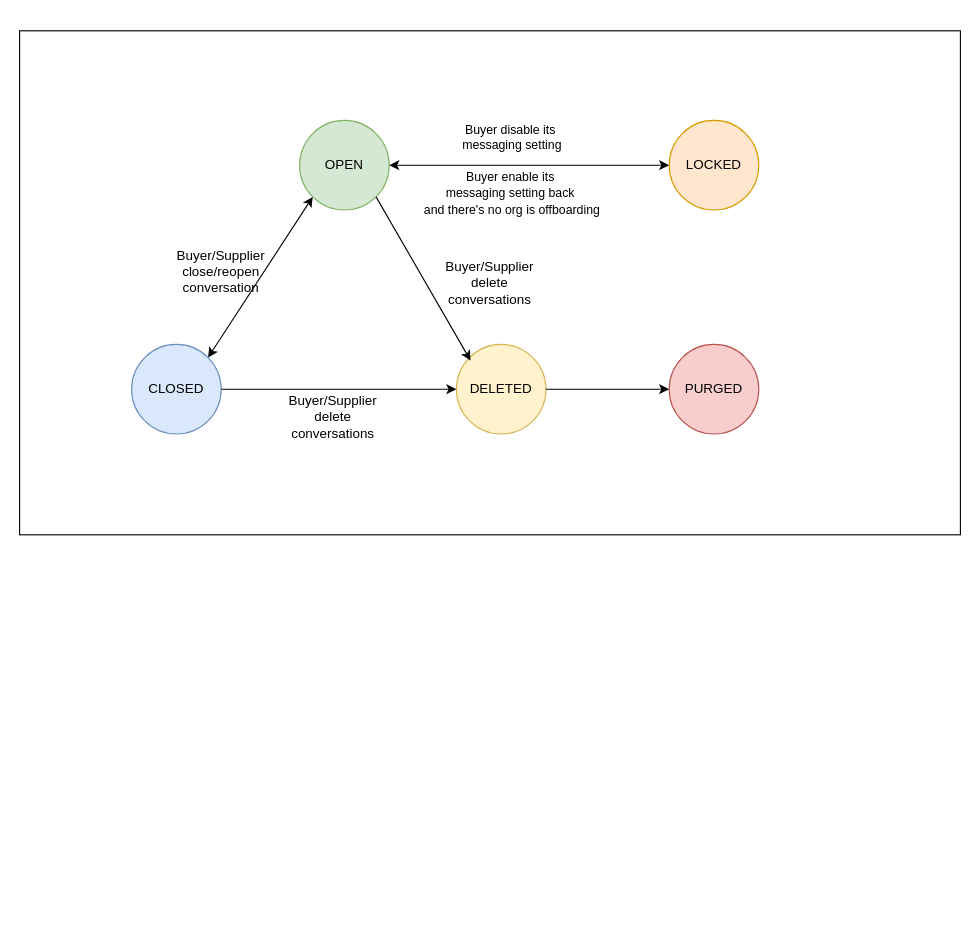
Above: page "Page-4" (4 of 5) of messaging.drawio in huangshijie/Drawio (draw.io), before the change. Source tidied: cells renumbered, new cells numbered last; positions are measured from the earlier drawing's top-left corner, leaving out a move shared by most shapes. Both pictures are drawn from the tidied source at 112%, with x=0, y=0 at pixel (19, 30).
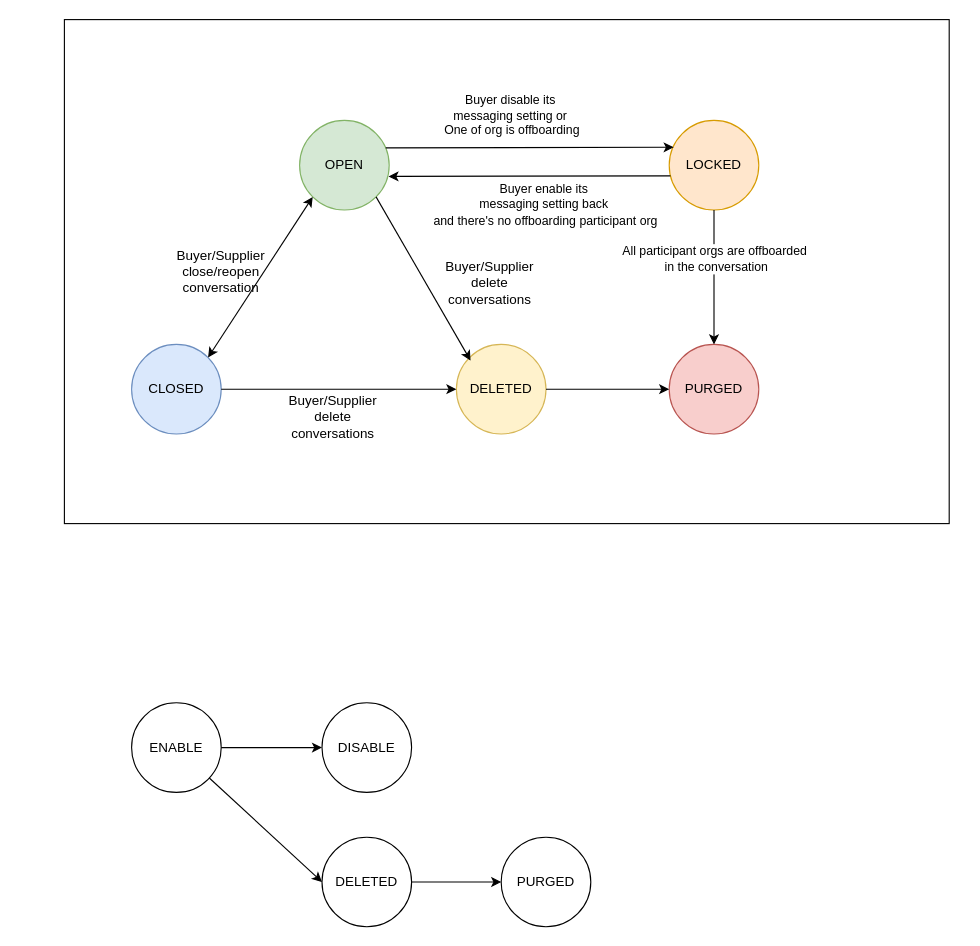
The same diagram, later.

The change refers to these unchanged cells:
```xml
<mxCell id="3" value="OPEN" style="ellipse;whiteSpace=wrap;html=1;fillColor=#d5e8d4;strokeColor=#82b366;" parent="1" vertex="1">
  <mxGeometry x="250" y="80" width="80" height="80" as="geometry" />
</mxCell>
<mxCell id="6" value="LOCKED" style="ellipse;whiteSpace=wrap;html=1;fillColor=#ffe6cc;strokeColor=#d79b00;" parent="1" vertex="1">
  <mxGeometry x="580" y="80" width="80" height="80" as="geometry" />
</mxCell>
<mxCell id="7" value="PURGED" style="ellipse;whiteSpace=wrap;html=1;fillColor=#f8cecc;strokeColor=#b85450;" parent="1" vertex="1">
  <mxGeometry x="580" y="280" width="80" height="80" as="geometry" />
</mxCell>
```

What changed in the source:
```diff
@@
-    <mxCell id="2" style="rounded=0;whiteSpace=wrap;html=1;" parent="1" vertex="1">
-      <mxGeometry width="840" height="450" as="geometry" />
-    </mxCell>
+    <mxCell id="18" style="rounded=0;whiteSpace=wrap;html=1;" parent="1" vertex="1">
+      <mxGeometry x="40" y="-10" width="790" height="450" as="geometry" />
+    </mxCell>
@@
-    <mxCell id="9" value="&lt;span style=&quot;font-size: 11px; text-wrap-mode: nowrap; background-color: rgb(255, 255, 255);&quot;&gt;Buyer disable its&amp;nbsp;&lt;/span&gt;&lt;div style=&quot;font-size: 11px; text-wrap-mode: nowrap;&quot;&gt;messaging setting&lt;/div&gt;" style="text;html=1;whiteSpace=wrap;strokeColor=none;fillColor=none;align=center;verticalAlign=middle;rounded=0;" parent="1" vertex="1">
-      <mxGeometry x="410" y="80" width="60" height="30" as="geometry" />
+    <mxCell id="9" value="&lt;span style=&quot;font-size: 11px; text-wrap-mode: nowrap; background-color: rgb(255, 255, 255);&quot;&gt;Buyer disable its&amp;nbsp;&lt;/span&gt;&lt;div style=&quot;font-size: 11px; text-wrap-mode: nowrap;&quot;&gt;messaging setting or&amp;nbsp;&lt;br&gt;One of org is offboarding&lt;/div&gt;" style="text;html=1;whiteSpace=wrap;strokeColor=none;fillColor=none;align=center;verticalAlign=middle;rounded=0;" parent="1" vertex="1">
+      <mxGeometry x="410" y="60" width="60" height="30" as="geometry" />
     </mxCell>
-    <mxCell id="10" value="&lt;span style=&quot;text-wrap-mode: nowrap; background-color: rgb(255, 255, 255);&quot;&gt;&lt;font style=&quot;font-size: 11px;&quot;&gt;Buyer enable its&amp;nbsp;&lt;/font&gt;&lt;/span&gt;&lt;div style=&quot;text-wrap-mode: nowrap;&quot;&gt;&lt;font style=&quot;font-size: 11px;&quot;&gt;messaging setting back&amp;nbsp;&lt;/font&gt;&lt;/div&gt;&lt;div style=&quot;text-wrap-mode: nowrap;&quot;&gt;&lt;font style=&quot;font-size: 11px;&quot;&gt;and there's no org is offboarding&lt;/font&gt;&lt;/div&gt;" style="text;html=1;whiteSpace=wrap;strokeColor=none;fillColor=none;align=center;verticalAlign=middle;rounded=0;" parent="1" vertex="1">
-      <mxGeometry x="410" y="130" width="60" height="30" as="geometry" />
+    <mxCell id="10" value="&lt;span style=&quot;text-wrap-mode: nowrap; background-color: rgb(255, 255, 255);&quot;&gt;&lt;font style=&quot;font-size: 11px;&quot;&gt;Buyer enable its&amp;nbsp;&lt;/font&gt;&lt;/span&gt;&lt;div style=&quot;text-wrap-mode: nowrap;&quot;&gt;&lt;font style=&quot;font-size: 11px;&quot;&gt;messaging setting back&amp;nbsp;&lt;/font&gt;&lt;/div&gt;&lt;div style=&quot;text-wrap-mode: nowrap;&quot;&gt;&lt;font style=&quot;font-size: 11px;&quot;&gt;and there's no&amp;nbsp;&lt;/font&gt;&lt;span style=&quot;font-size: 11px; background-color: transparent; color: light-dark(rgb(0, 0, 0), rgb(255, 255, 255));&quot;&gt;offboarding&lt;/span&gt;&lt;span style=&quot;font-size: 11px; background-color: transparent; color: light-dark(rgb(0, 0, 0), rgb(255, 255, 255));&quot;&gt;&amp;nbsp;participant org&lt;/span&gt;&lt;/div&gt;" style="text;html=1;whiteSpace=wrap;strokeColor=none;fillColor=none;align=center;verticalAlign=middle;rounded=0;" parent="1" vertex="1">
+      <mxGeometry x="440" y="130" width="60" height="50" as="geometry" />
     </mxCell>
-    <mxCell id="11" style="endArrow=classic;startArrow=classic;html=1;rounded=0;entryX=1;entryY=0.5;entryDx=0;entryDy=0;exitX=0;exitY=0.5;exitDx=0;exitDy=0;" parent="1" edge="1" source="6" target="3">
-      <mxGeometry relative="1" as="geometry" />
-    </mxCell>
@@
+    <mxCell id="19" style="endArrow=classic;html=1;rounded=0;exitX=0.5;exitY=1;exitDx=0;exitDy=0;entryX=0.5;entryY=0;entryDx=0;entryDy=0;" parent="1" edge="1" source="6" target="7">
+      <mxGeometry relative="1" as="geometry" />
+    </mxCell>
+    <mxCell id="20" value="All participant orgs are offboarded&amp;nbsp;&lt;div&gt;in the conversation&lt;/div&gt;" style="edgeLabel;html=1;align=center;verticalAlign=middle;" parent="19" vertex="1">
+      <mxGeometry x="-0.28" y="1" relative="1" as="geometry" />
+    </mxCell>
+    <mxCell id="21" style="endArrow=classic;html=1;rounded=0;entryX=0.05;entryY=0.3;entryDx=0;entryDy=0;entryPerimeter=0;exitX=0.961;exitY=0.307;exitDx=0;exitDy=0;exitPerimeter=0;" parent="1" edge="1" source="3" target="6">
+      <mxGeometry relative="1" as="geometry" />
+    </mxCell>
+    <mxCell id="11" style="endArrow=classic;html=1;rounded=0;entryX=0.992;entryY=0.625;entryDx=0;entryDy=0;entryPerimeter=0;exitX=0.014;exitY=0.619;exitDx=0;exitDy=0;exitPerimeter=0;" parent="1" edge="1" source="6" target="3">
+      <mxGeometry relative="1" as="geometry" />
+    </mxCell>
+    <mxCell id="22" value="ENABLE" style="ellipse;whiteSpace=wrap;html=1;" parent="1" vertex="1">
+      <mxGeometry x="100" y="600" width="80" height="80" as="geometry" />
+    </mxCell>
+    <mxCell id="23" value="DISABLE" style="ellipse;whiteSpace=wrap;html=1;" parent="1" vertex="1">
+      <mxGeometry x="270" y="600" width="80" height="80" as="geometry" />
+    </mxCell>
+    <mxCell id="24" value="PURGED" style="ellipse;whiteSpace=wrap;html=1;" parent="1" vertex="1">
+      <mxGeometry x="430" y="720" width="80" height="80" as="geometry" />
+    </mxCell>
+    <mxCell id="25" style="endArrow=classic;html=1;rounded=0;exitX=1;exitY=0.5;exitDx=0;exitDy=0;entryX=0;entryY=0.5;entryDx=0;entryDy=0;" parent="1" edge="1" source="22" target="23">
+      <mxGeometry relative="1" as="geometry" />
+    </mxCell>
+    <mxCell id="26" style="edgeStyle=orthogonalEdgeStyle;rounded=0;jettySize=auto;html=1;" parent="1" edge="1" source="27" target="24">
+      <mxGeometry relative="1" as="geometry" />
+    </mxCell>
+    <mxCell id="27" value="DELETED" style="ellipse;whiteSpace=wrap;html=1;" parent="1" vertex="1">
+      <mxGeometry x="270" y="720" width="80" height="80" as="geometry" />
+    </mxCell>
+    <mxCell id="28" style="endArrow=classic;html=1;rounded=0;entryX=0;entryY=0.5;entryDx=0;entryDy=0;" parent="1" edge="1" source="22" target="27">
+      <mxGeometry relative="1" as="geometry" />
+    </mxCell>
```
